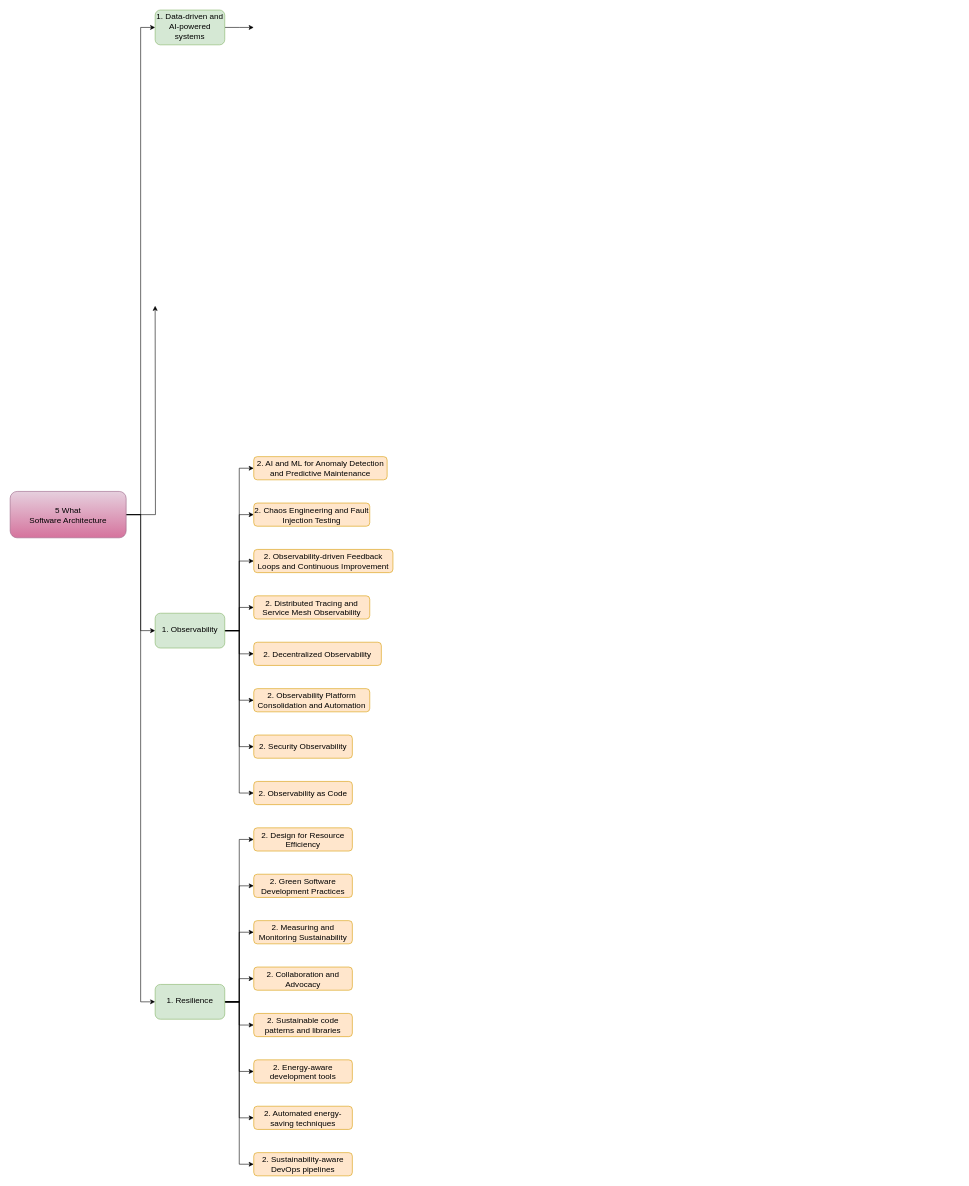
The draw.io diagram page "T6-1. Sustainability" (1 of 7) of FiveWhatSoftwareArch.drawio in Gaur4vGaur/probable-octo, before the edit. Source tidied: cells renumbered, new cells numbered last; positions are measured from the earlier drawing's top-left corner, leaving out a move shared by most shapes. Both pictures are drawn from the tidied source at 58%, with x=0, y=0 at pixel (10, 10).
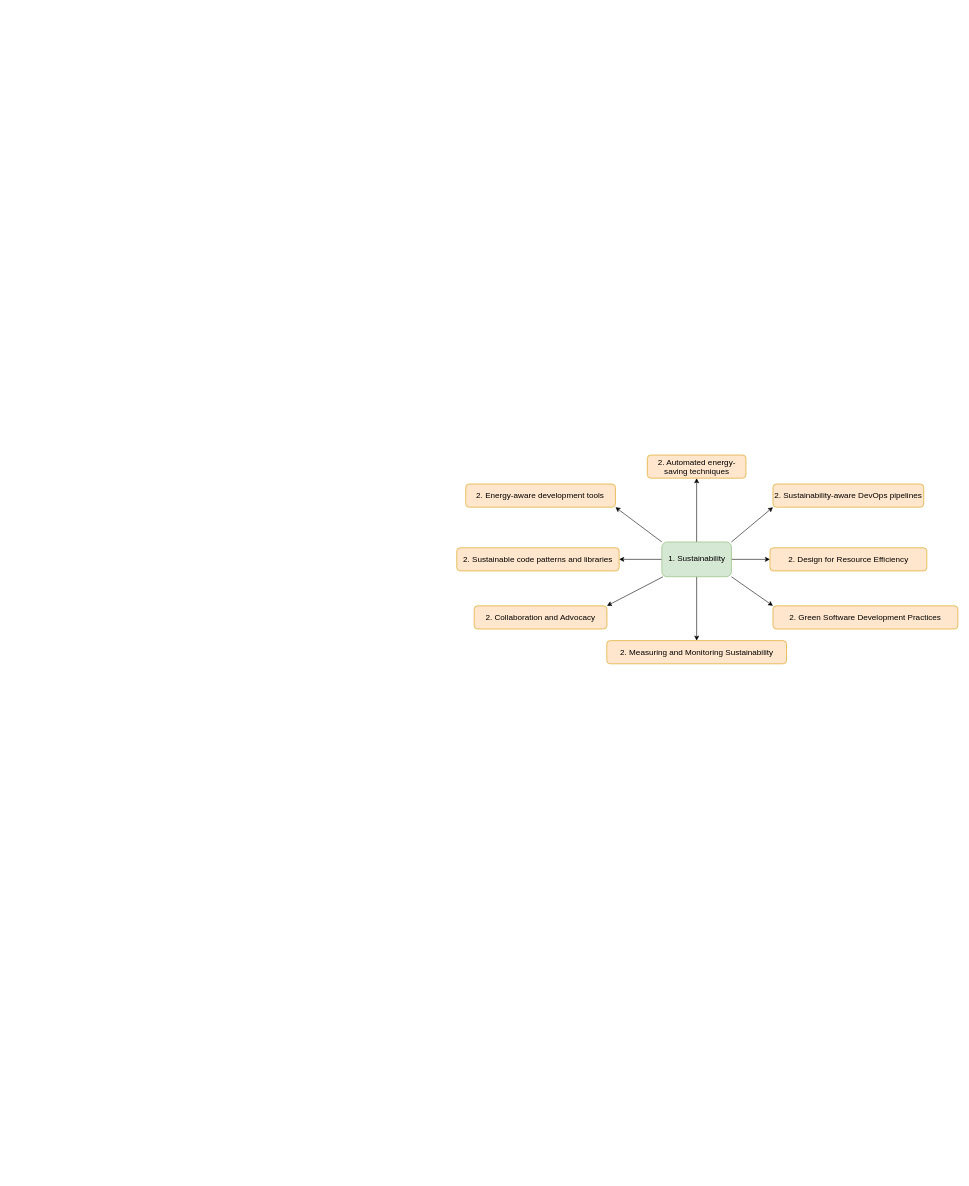
The same page after the edit.

The edit, as a diff of the source:
```diff
@@
-    <mxCell id="2" style="edgeStyle=orthogonalEdgeStyle;rounded=0;jettySize=auto;html=1;entryX=0;entryY=0.5;entryDx=0;entryDy=0;" parent="1" edge="1" source="6" target="8">
-      <mxGeometry relative="1" as="geometry" />
-    </mxCell>
-    <mxCell id="3" style="edgeStyle=orthogonalEdgeStyle;rounded=0;jettySize=auto;html=1;entryX=0;entryY=0.5;entryDx=0;entryDy=0;" parent="1" edge="1" source="6">
-      <mxGeometry relative="1" as="geometry">
-        <mxPoint x="250" y="509.8" as="targetPoint" />
-      </mxGeometry>
-    </mxCell>
-    <mxCell id="4" style="edgeStyle=orthogonalEdgeStyle;rounded=0;jettySize=auto;html=1;entryX=0;entryY=0.5;entryDx=0;entryDy=0;" parent="1" edge="1" source="6" target="17">
-      <mxGeometry relative="1" as="geometry" />
-    </mxCell>
-    <mxCell id="5" style="edgeStyle=orthogonalEdgeStyle;rounded=0;jettySize=auto;html=1;entryX=0;entryY=0.5;entryDx=0;entryDy=0;" parent="1" edge="1" source="6" target="34">
-      <mxGeometry relative="1" as="geometry" />
-    </mxCell>
-    <mxCell id="6" value="5 What&lt;br&gt;Software Architecture" style="rounded=1;whiteSpace=wrap;html=1;fontSize=14;fillColor=#e6d0de;strokeColor=#996185;gradientColor=#d5739d;" parent="1" vertex="1">
-      <mxGeometry y="829.8" width="200" height="80" as="geometry" />
-    </mxCell>
-    <mxCell id="7" style="edgeStyle=orthogonalEdgeStyle;shape=connector;rounded=0;jettySize=auto;html=1;labelBackgroundColor=default;strokeColor=default;align=center;verticalAlign=middle;fontFamily=Helvetica;fontSize=11;fontColor=default;endArrow=classic;orthogonal=1;" parent="1" edge="1" source="8">
-      <mxGeometry relative="1" as="geometry">
-        <mxPoint x="420" y="29.8" as="targetPoint" />
-      </mxGeometry>
-    </mxCell>
-    <mxCell id="8" value="1.&amp;nbsp;&lt;span style=&quot;background-color: initial;&quot;&gt;Data-driven and AI-powered systems&lt;br&gt;&lt;/span&gt;&lt;ul style=&quot;--tw-border-spacing-x: 0; --tw-border-spacing-y: 0; --tw-translate-x: 0; --tw-translate-y: 0; --tw-rotate: 0; --tw-skew-x: 0; --tw-skew-y: 0; --tw-scale-x: 1; --tw-scale-y: 1; --tw-pan-x: ; --tw-pan-y: ; --tw-pinch-zoom: ; --tw-scroll-snap-strictness: proximity; --tw-ordinal: ; --tw-slashed-zero: ; --tw-numeric-figure: ; --tw-numeric-spacing: ; --tw-numeric-fraction: ; --tw-ring-inset: ; --tw-ring-offset-width: 0px; --tw-ring-offset-color: #fff; --tw-ring-color: rgb(59 130 246 / .5); --tw-ring-offset-shadow: 0 0 #0000; --tw-ring-shadow: 0 0 #0000; --tw-shadow: 0 0 #0000; --tw-shadow-colored: 0 0 #0000; --tw-blur: ; --tw-brightness: ; --tw-contrast: ; --tw-grayscale: ; --tw-hue-rotate: ; --tw-invert: ; --tw-saturate: ; --tw-sepia: ; --tw-drop-shadow: ; --tw-backdrop-blur: ; --tw-backdrop-brightness: ; --tw-backdrop-contrast: ; --tw-backdrop-grayscale: ; --tw-backdrop-hue-rotate: ; --tw-backdrop-invert: ; --tw-backdrop-opacity: ; --tw-backdrop-saturate: ; --tw-backdrop-sepia: ; margin: 4px 0px; padding-inline-start: 36px;&quot;&gt;&lt;span style=&quot;--tw-border-spacing-x: 0; --tw-border-spacing-y: 0; --tw-translate-x: 0; --tw-translate-y: 0; --tw-rotate: 0; --tw-skew-x: 0; --tw-skew-y: 0; --tw-scale-x: 1; --tw-scale-y: 1; --tw-pan-x: ; --tw-pan-y: ; --tw-pinch-zoom: ; --tw-scroll-snap-strictness: proximity; --tw-ordinal: ; --tw-slashed-zero: ; --tw-numeric-figure: ; --tw-numeric-spacing: ; --tw-numeric-fraction: ; --tw-ring-inset: ; --tw-ring-offset-width: 0px; --tw-ring-offset-color: #fff; --tw-ring-color: rgb(59 130 246 / .5); --tw-ring-offset-shadow: 0 0 #0000; --tw-ring-shadow: 0 0 #0000; --tw-shadow: 0 0 #0000; --tw-shadow-colored: 0 0 #0000; --tw-blur: ; --tw-brightness: ; --tw-contrast: ; --tw-grayscale: ; --tw-hue-rotate: ; --tw-invert: ; --tw-saturate: ; --tw-sepia: ; --tw-drop-shadow: ; --tw-backdrop-blur: ; --tw-backdrop-brightness: ; --tw-backdrop-contrast: ; --tw-backdrop-grayscale: ; --tw-backdrop-hue-rotate: ; --tw-backdrop-invert: ; --tw-backdrop-opacity: ; --tw-backdrop-saturate: ; --tw-backdrop-sepia: ; color: rgb(227, 227, 227); font-family: &amp;quot;Google Sans&amp;quot;, &amp;quot;Helvetica Neue&amp;quot;, sans-serif; font-size: 16px; text-align: start; background-color: rgb(19, 19, 20);&quot;&gt;&lt;/span&gt;&lt;/ul&gt;" style="rounded=1;whiteSpace=wrap;html=1;fontSize=14;fillColor=#d5e8d4;strokeColor=#82b366;" parent="1" vertex="1">
-      <mxGeometry x="250" y="-0.2" width="120" height="60" as="geometry" />
-    </mxCell>
-    <mxCell id="9" style="edgeStyle=orthogonalEdgeStyle;rounded=0;jettySize=auto;html=1;entryX=0;entryY=0.5;entryDx=0;entryDy=0;" parent="1" edge="1" source="17" target="18">
-      <mxGeometry relative="1" as="geometry" />
-    </mxCell>
-    <mxCell id="10" style="edgeStyle=orthogonalEdgeStyle;rounded=0;jettySize=auto;html=1;entryX=0;entryY=0.5;entryDx=0;entryDy=0;" parent="1" edge="1" source="17" target="19">
-      <mxGeometry relative="1" as="geometry" />
-    </mxCell>
-    <mxCell id="11" style="edgeStyle=orthogonalEdgeStyle;rounded=0;jettySize=auto;html=1;entryX=0;entryY=0.5;entryDx=0;entryDy=0;" parent="1" edge="1" source="17" target="22">
-      <mxGeometry relative="1" as="geometry" />
-    </mxCell>
-    <mxCell id="12" style="edgeStyle=orthogonalEdgeStyle;rounded=0;jettySize=auto;html=1;entryX=0;entryY=0.5;entryDx=0;entryDy=0;" parent="1" edge="1" source="17" target="20">
-      <mxGeometry relative="1" as="geometry" />
-    </mxCell>
-    <mxCell id="13" style="edgeStyle=orthogonalEdgeStyle;rounded=0;jettySize=auto;html=1;entryX=0;entryY=0.5;entryDx=0;entryDy=0;" parent="1" edge="1" source="17" target="23">
-      <mxGeometry relative="1" as="geometry" />
-    </mxCell>
-    <mxCell id="14" style="edgeStyle=orthogonalEdgeStyle;rounded=0;jettySize=auto;html=1;entryX=0;entryY=0.5;entryDx=0;entryDy=0;" parent="1" edge="1" source="17" target="21">
-      <mxGeometry relative="1" as="geometry" />
-    </mxCell>
-    <mxCell id="15" style="edgeStyle=orthogonalEdgeStyle;rounded=0;jettySize=auto;html=1;entryX=0;entryY=0.5;entryDx=0;entryDy=0;" parent="1" edge="1" source="17" target="24">
-      <mxGeometry relative="1" as="geometry" />
-    </mxCell>
-    <mxCell id="16" style="edgeStyle=orthogonalEdgeStyle;rounded=0;jettySize=auto;html=1;entryX=0;entryY=0.5;entryDx=0;entryDy=0;" parent="1" edge="1" source="17" target="25">
-      <mxGeometry relative="1" as="geometry" />
-    </mxCell>
-    <mxCell id="17" value="1.&amp;nbsp;Observability&lt;span style=&quot;background-color: initial;&quot;&gt;&lt;br&gt;&lt;/span&gt;&lt;ul style=&quot;--tw-border-spacing-x: 0; --tw-border-spacing-y: 0; --tw-translate-x: 0; --tw-translate-y: 0; --tw-rotate: 0; --tw-skew-x: 0; --tw-skew-y: 0; --tw-scale-x: 1; --tw-scale-y: 1; --tw-pan-x: ; --tw-pan-y: ; --tw-pinch-zoom: ; --tw-scroll-snap-strictness: proximity; --tw-ordinal: ; --tw-slashed-zero: ; --tw-numeric-figure: ; --tw-numeric-spacing: ; --tw-numeric-fraction: ; --tw-ring-inset: ; --tw-ring-offset-width: 0px; --tw-ring-offset-color: #fff; --tw-ring-color: rgb(59 130 246 / .5); --tw-ring-offset-shadow: 0 0 #0000; --tw-ring-shadow: 0 0 #0000; --tw-shadow: 0 0 #0000; --tw-shadow-colored: 0 0 #0000; --tw-blur: ; --tw-brightness: ; --tw-contrast: ; --tw-grayscale: ; --tw-hue-rotate: ; --tw-invert: ; --tw-saturate: ; --tw-sepia: ; --tw-drop-shadow: ; --tw-backdrop-blur: ; --tw-backdrop-brightness: ; --tw-backdrop-contrast: ; --tw-backdrop-grayscale: ; --tw-backdrop-hue-rotate: ; --tw-backdrop-invert: ; --tw-backdrop-opacity: ; --tw-backdrop-saturate: ; --tw-backdrop-sepia: ; margin: 4px 0px; padding-inline-start: 36px;&quot;&gt;&lt;span style=&quot;--tw-border-spacing-x: 0; --tw-border-spacing-y: 0; --tw-translate-x: 0; --tw-translate-y: 0; --tw-rotate: 0; --tw-skew-x: 0; --tw-skew-y: 0; --tw-scale-x: 1; --tw-scale-y: 1; --tw-pan-x: ; --tw-pan-y: ; --tw-pinch-zoom: ; --tw-scroll-snap-strictness: proximity; --tw-ordinal: ; --tw-slashed-zero: ; --tw-numeric-figure: ; --tw-numeric-spacing: ; --tw-numeric-fraction: ; --tw-ring-inset: ; --tw-ring-offset-width: 0px; --tw-ring-offset-color: #fff; --tw-ring-color: rgb(59 130 246 / .5); --tw-ring-offset-shadow: 0 0 #0000; --tw-ring-shadow: 0 0 #0000; --tw-shadow: 0 0 #0000; --tw-shadow-colored: 0 0 #0000; --tw-blur: ; --tw-brightness: ; --tw-contrast: ; --tw-grayscale: ; --tw-hue-rotate: ; --tw-invert: ; --tw-saturate: ; --tw-sepia: ; --tw-drop-shadow: ; --tw-backdrop-blur: ; --tw-backdrop-brightness: ; --tw-backdrop-contrast: ; --tw-backdrop-grayscale: ; --tw-backdrop-hue-rotate: ; --tw-backdrop-invert: ; --tw-backdrop-opacity: ; --tw-backdrop-saturate: ; --tw-backdrop-sepia: ; color: rgb(227, 227, 227); font-family: &amp;quot;Google Sans&amp;quot;, &amp;quot;Helvetica Neue&amp;quot;, sans-serif; font-size: 16px; text-align: start; background-color: rgb(19, 19, 20);&quot;&gt;&lt;/span&gt;&lt;/ul&gt;" style="rounded=1;whiteSpace=wrap;html=1;fontSize=14;fillColor=#d5e8d4;strokeColor=#82b366;" parent="1" vertex="1">
-      <mxGeometry x="250" y="1039.8" width="120" height="60" as="geometry" />
-    </mxCell>
-    <mxCell id="18" value="2. AI and ML for Anomaly Detection and Predictive Maintenance" style="rounded=1;whiteSpace=wrap;html=1;fontSize=14;fillColor=#ffe6cc;strokeColor=#d79b00;" parent="1" vertex="1">
-      <mxGeometry x="420" y="769.8" width="230" height="40" as="geometry" />
-    </mxCell>
-    <mxCell id="19" value="2. Chaos Engineering and Fault Injection Testing" style="rounded=1;whiteSpace=wrap;html=1;fontSize=14;fillColor=#ffe6cc;strokeColor=#d79b00;" parent="1" vertex="1">
-      <mxGeometry x="420" y="849.8" width="200" height="40" as="geometry" />
-    </mxCell>
-    <mxCell id="20" value="2. Distributed Tracing and Service Mesh Observability" style="rounded=1;whiteSpace=wrap;html=1;fontSize=14;fillColor=#ffe6cc;strokeColor=#d79b00;" parent="1" vertex="1">
-      <mxGeometry x="420" y="1009.8" width="200" height="40" as="geometry" />
-    </mxCell>
-    <mxCell id="21" value="2. Observability Platform Consolidation and Automation" style="rounded=1;whiteSpace=wrap;html=1;fontSize=14;fillColor=#ffe6cc;strokeColor=#d79b00;" parent="1" vertex="1">
-      <mxGeometry x="420" y="1169.8" width="200" height="40" as="geometry" />
-    </mxCell>
-    <mxCell id="22" value="2. Observability-driven Feedback Loops and Continuous Improvement" style="rounded=1;whiteSpace=wrap;html=1;fontSize=14;fillColor=#ffe6cc;strokeColor=#d79b00;" parent="1" vertex="1">
-      <mxGeometry x="420" y="929.8" width="240" height="40" as="geometry" />
-    </mxCell>
-    <mxCell id="23" value="2. Decentralized Observability" style="rounded=1;whiteSpace=wrap;html=1;fontSize=14;fillColor=#ffe6cc;strokeColor=#d79b00;" parent="1" vertex="1">
-      <mxGeometry x="420" y="1089.8" width="220" height="40" as="geometry" />
-    </mxCell>
-    <mxCell id="24" value="2. Security Observability" style="rounded=1;whiteSpace=wrap;html=1;fontSize=14;fillColor=#ffe6cc;strokeColor=#d79b00;" parent="1" vertex="1">
-      <mxGeometry x="420" y="1249.8" width="170" height="40" as="geometry" />
-    </mxCell>
-    <mxCell id="25" value="2. Observability as Code" style="rounded=1;whiteSpace=wrap;html=1;fontSize=14;fillColor=#ffe6cc;strokeColor=#d79b00;" parent="1" vertex="1">
-      <mxGeometry x="420" y="1329.8" width="170" height="40" as="geometry" />
-    </mxCell>
-    <mxCell id="26" style="edgeStyle=orthogonalEdgeStyle;rounded=0;jettySize=auto;html=1;entryX=0;entryY=0.5;entryDx=0;entryDy=0;" parent="1" edge="1" source="34" target="35">
-      <mxGeometry relative="1" as="geometry" />
-    </mxCell>
-    <mxCell id="27" style="edgeStyle=orthogonalEdgeStyle;rounded=0;jettySize=auto;html=1;entryX=0;entryY=0.5;entryDx=0;entryDy=0;" parent="1" edge="1" source="34" target="36">
-      <mxGeometry relative="1" as="geometry" />
-    </mxCell>
-    <mxCell id="28" style="edgeStyle=orthogonalEdgeStyle;rounded=0;jettySize=auto;html=1;entryX=0;entryY=0.5;entryDx=0;entryDy=0;" parent="1" edge="1" source="34" target="37">
-      <mxGeometry relative="1" as="geometry" />
-    </mxCell>
-    <mxCell id="29" style="edgeStyle=orthogonalEdgeStyle;rounded=0;jettySize=auto;html=1;entryX=0;entryY=0.5;entryDx=0;entryDy=0;" parent="1" edge="1" source="34" target="38">
-      <mxGeometry relative="1" as="geometry" />
-    </mxCell>
-    <mxCell id="30" style="edgeStyle=orthogonalEdgeStyle;rounded=0;jettySize=auto;html=1;" parent="1" edge="1" source="34" target="39">
-      <mxGeometry relative="1" as="geometry" />
-    </mxCell>
-    <mxCell id="31" style="edgeStyle=orthogonalEdgeStyle;rounded=0;jettySize=auto;html=1;entryX=0;entryY=0.5;entryDx=0;entryDy=0;" parent="1" edge="1" source="34" target="40">
-      <mxGeometry relative="1" as="geometry" />
-    </mxCell>
-    <mxCell id="32" style="edgeStyle=orthogonalEdgeStyle;rounded=0;jettySize=auto;html=1;entryX=0;entryY=0.5;entryDx=0;entryDy=0;" parent="1" edge="1" source="34" target="41">
-      <mxGeometry relative="1" as="geometry" />
-    </mxCell>
-    <mxCell id="33" style="edgeStyle=orthogonalEdgeStyle;rounded=0;jettySize=auto;html=1;entryX=0;entryY=0.5;entryDx=0;entryDy=0;" parent="1" edge="1" source="34" target="42">
-      <mxGeometry relative="1" as="geometry" />
-    </mxCell>
-    <mxCell id="34" value="1. Resilience&lt;span style=&quot;background-color: initial;&quot;&gt;&lt;br&gt;&lt;/span&gt;&lt;ul style=&quot;--tw-border-spacing-x: 0; --tw-border-spacing-y: 0; --tw-translate-x: 0; --tw-translate-y: 0; --tw-rotate: 0; --tw-skew-x: 0; --tw-skew-y: 0; --tw-scale-x: 1; --tw-scale-y: 1; --tw-pan-x: ; --tw-pan-y: ; --tw-pinch-zoom: ; --tw-scroll-snap-strictness: proximity; --tw-ordinal: ; --tw-slashed-zero: ; --tw-numeric-figure: ; --tw-numeric-spacing: ; --tw-numeric-fraction: ; --tw-ring-inset: ; --tw-ring-offset-width: 0px; --tw-ring-offset-color: #fff; --tw-ring-color: rgb(59 130 246 / .5); --tw-ring-offset-shadow: 0 0 #0000; --tw-ring-shadow: 0 0 #0000; --tw-shadow: 0 0 #0000; --tw-shadow-colored: 0 0 #0000; --tw-blur: ; --tw-brightness: ; --tw-contrast: ; --tw-grayscale: ; --tw-hue-rotate: ; --tw-invert: ; --tw-saturate: ; --tw-sepia: ; --tw-drop-shadow: ; --tw-backdrop-blur: ; --tw-backdrop-brightness: ; --tw-backdrop-contrast: ; --tw-backdrop-grayscale: ; --tw-backdrop-hue-rotate: ; --tw-backdrop-invert: ; --tw-backdrop-opacity: ; --tw-backdrop-saturate: ; --tw-backdrop-sepia: ; margin: 4px 0px; padding-inline-start: 36px;&quot;&gt;&lt;span style=&quot;--tw-border-spacing-x: 0; --tw-border-spacing-y: 0; --tw-translate-x: 0; --tw-translate-y: 0; --tw-rotate: 0; --tw-skew-x: 0; --tw-skew-y: 0; --tw-scale-x: 1; --tw-scale-y: 1; --tw-pan-x: ; --tw-pan-y: ; --tw-pinch-zoom: ; --tw-scroll-snap-strictness: proximity; --tw-ordinal: ; --tw-slashed-zero: ; --tw-numeric-figure: ; --tw-numeric-spacing: ; --tw-numeric-fraction: ; --tw-ring-inset: ; --tw-ring-offset-width: 0px; --tw-ring-offset-color: #fff; --tw-ring-color: rgb(59 130 246 / .5); --tw-ring-offset-shadow: 0 0 #0000; --tw-ring-shadow: 0 0 #0000; --tw-shadow: 0 0 #0000; --tw-shadow-colored: 0 0 #0000; --tw-blur: ; --tw-brightness: ; --tw-contrast: ; --tw-grayscale: ; --tw-hue-rotate: ; --tw-invert: ; --tw-saturate: ; --tw-sepia: ; --tw-drop-shadow: ; --tw-backdrop-blur: ; --tw-backdrop-brightness: ; --tw-backdrop-contrast: ; --tw-backdrop-grayscale: ; --tw-backdrop-hue-rotate: ; --tw-backdrop-invert: ; --tw-backdrop-opacity: ; --tw-backdrop-saturate: ; --tw-backdrop-sepia: ; color: rgb(227, 227, 227); font-family: &amp;quot;Google Sans&amp;quot;, &amp;quot;Helvetica Neue&amp;quot;, sans-serif; font-size: 16px; text-align: start; background-color: rgb(19, 19, 20);&quot;&gt;&lt;/span&gt;&lt;/ul&gt;" style="rounded=1;whiteSpace=wrap;html=1;fontSize=14;fillColor=#d5e8d4;strokeColor=#82b366;" parent="1" vertex="1">
-      <mxGeometry x="250" y="1679.8" width="120" height="60" as="geometry" />
-    </mxCell>
+    <mxCell id="43" style="rounded=0;jettySize=auto;html=1;entryX=0;entryY=0.5;entryDx=0;entryDy=0;" parent="1" edge="1" source="51" target="35">
+      <mxGeometry relative="1" as="geometry" />
+    </mxCell>
+    <mxCell id="44" style="rounded=0;jettySize=auto;html=1;entryX=0;entryY=0;entryDx=0;entryDy=0;exitX=1;exitY=1;exitDx=0;exitDy=0;" parent="1" edge="1" source="51" target="36">
+      <mxGeometry relative="1" as="geometry" />
+    </mxCell>
+    <mxCell id="45" style="rounded=0;jettySize=auto;html=1;entryX=1;entryY=0;entryDx=0;entryDy=0;" parent="1" edge="1" source="51" target="38">
+      <mxGeometry relative="1" as="geometry" />
+    </mxCell>
+    <mxCell id="46" style="rounded=0;jettySize=auto;html=1;" parent="1" edge="1" source="51" target="39">
+      <mxGeometry relative="1" as="geometry" />
+    </mxCell>
+    <mxCell id="47" style="rounded=0;jettySize=auto;html=1;exitX=0;exitY=0;exitDx=0;exitDy=0;entryX=1;entryY=1;entryDx=0;entryDy=0;" parent="1" edge="1" source="51" target="40">
+      <mxGeometry relative="1" as="geometry" />
+    </mxCell>
+    <mxCell id="48" style="rounded=0;jettySize=auto;html=1;entryX=0;entryY=1;entryDx=0;entryDy=0;exitX=1;exitY=0;exitDx=0;exitDy=0;" parent="1" edge="1" source="51" target="42">
+      <mxGeometry relative="1" as="geometry" />
+    </mxCell>
+    <mxCell id="49" style="edgeStyle=none;shape=connector;rounded=0;jettySize=auto;html=1;entryX=0.5;entryY=1;entryDx=0;entryDy=0;labelBackgroundColor=default;strokeColor=default;align=center;verticalAlign=middle;fontFamily=Helvetica;fontSize=11;fontColor=default;endArrow=classic;" parent="1" edge="1" source="51" target="41">
+      <mxGeometry relative="1" as="geometry" />
+    </mxCell>
+    <mxCell id="50" style="edgeStyle=none;shape=connector;rounded=0;jettySize=auto;html=1;entryX=0.5;entryY=0;entryDx=0;entryDy=0;labelBackgroundColor=default;strokeColor=default;align=center;verticalAlign=middle;fontFamily=Helvetica;fontSize=11;fontColor=default;endArrow=classic;" parent="1" edge="1" source="51" target="37">
+      <mxGeometry relative="1" as="geometry" />
+    </mxCell>
+    <mxCell id="51" value="1. Sustainability&lt;span style=&quot;background-color: initial;&quot;&gt;&lt;br&gt;&lt;/span&gt;&lt;ul style=&quot;--tw-border-spacing-x: 0; --tw-border-spacing-y: 0; --tw-translate-x: 0; --tw-translate-y: 0; --tw-rotate: 0; --tw-skew-x: 0; --tw-skew-y: 0; --tw-scale-x: 1; --tw-scale-y: 1; --tw-pan-x: ; --tw-pan-y: ; --tw-pinch-zoom: ; --tw-scroll-snap-strictness: proximity; --tw-ordinal: ; --tw-slashed-zero: ; --tw-numeric-figure: ; --tw-numeric-spacing: ; --tw-numeric-fraction: ; --tw-ring-inset: ; --tw-ring-offset-width: 0px; --tw-ring-offset-color: #fff; --tw-ring-color: rgb(59 130 246 / .5); --tw-ring-offset-shadow: 0 0 #0000; --tw-ring-shadow: 0 0 #0000; --tw-shadow: 0 0 #0000; --tw-shadow-colored: 0 0 #0000; --tw-blur: ; --tw-brightness: ; --tw-contrast: ; --tw-grayscale: ; --tw-hue-rotate: ; --tw-invert: ; --tw-saturate: ; --tw-sepia: ; --tw-drop-shadow: ; --tw-backdrop-blur: ; --tw-backdrop-brightness: ; --tw-backdrop-contrast: ; --tw-backdrop-grayscale: ; --tw-backdrop-hue-rotate: ; --tw-backdrop-invert: ; --tw-backdrop-opacity: ; --tw-backdrop-saturate: ; --tw-backdrop-sepia: ; margin: 4px 0px; padding-inline-start: 36px;&quot;&gt;&lt;span style=&quot;--tw-border-spacing-x: 0; --tw-border-spacing-y: 0; --tw-translate-x: 0; --tw-translate-y: 0; --tw-rotate: 0; --tw-skew-x: 0; --tw-skew-y: 0; --tw-scale-x: 1; --tw-scale-y: 1; --tw-pan-x: ; --tw-pan-y: ; --tw-pinch-zoom: ; --tw-scroll-snap-strictness: proximity; --tw-ordinal: ; --tw-slashed-zero: ; --tw-numeric-figure: ; --tw-numeric-spacing: ; --tw-numeric-fraction: ; --tw-ring-inset: ; --tw-ring-offset-width: 0px; --tw-ring-offset-color: #fff; --tw-ring-color: rgb(59 130 246 / .5); --tw-ring-offset-shadow: 0 0 #0000; --tw-ring-shadow: 0 0 #0000; --tw-shadow: 0 0 #0000; --tw-shadow-colored: 0 0 #0000; --tw-blur: ; --tw-brightness: ; --tw-contrast: ; --tw-grayscale: ; --tw-hue-rotate: ; --tw-invert: ; --tw-saturate: ; --tw-sepia: ; --tw-drop-shadow: ; --tw-backdrop-blur: ; --tw-backdrop-brightness: ; --tw-backdrop-contrast: ; --tw-backdrop-grayscale: ; --tw-backdrop-hue-rotate: ; --tw-backdrop-invert: ; --tw-backdrop-opacity: ; --tw-backdrop-saturate: ; --tw-backdrop-sepia: ; color: rgb(227, 227, 227); font-family: &amp;quot;Google Sans&amp;quot;, &amp;quot;Helvetica Neue&amp;quot;, sans-serif; font-size: 16px; text-align: start; background-color: rgb(19, 19, 20);&quot;&gt;&lt;/span&gt;&lt;/ul&gt;" style="rounded=1;whiteSpace=wrap;html=1;fontSize=14;fillColor=#d5e8d4;strokeColor=#82b366;" parent="1" vertex="1">
+      <mxGeometry x="1123.6" y="916.9" width="120" height="60" as="geometry" />
+    </mxCell>
     <mxCell id="35" value="2. Design for Resource Efficiency" style="rounded=1;whiteSpace=wrap;html=1;fontSize=14;fillColor=#ffe6cc;strokeColor=#d79b00;" parent="1" vertex="1">
-      <mxGeometry x="420" y="1409.8" width="170" height="40" as="geometry" />
+      <mxGeometry x="1310" y="926.9" width="270.5" height="40" as="geometry" />
     </mxCell>
     <mxCell id="36" value="2. Green Software Development Practices" style="rounded=1;whiteSpace=wrap;html=1;fontSize=14;fillColor=#ffe6cc;strokeColor=#d79b00;" parent="1" vertex="1">
-      <mxGeometry x="420" y="1489.8" width="170" height="40" as="geometry" />
+      <mxGeometry x="1315.2" y="1027" width="318.9" height="40" as="geometry" />
     </mxCell>
     <mxCell id="37" value="2. Measuring and Monitoring Sustainability" style="rounded=1;whiteSpace=wrap;html=1;fontSize=14;fillColor=#ffe6cc;strokeColor=#d79b00;" parent="1" vertex="1">
-      <mxGeometry x="420" y="1569.8" width="170" height="40" as="geometry" />
+      <mxGeometry x="1028.7" y="1087" width="309.9" height="40" as="geometry" />
     </mxCell>
     <mxCell id="38" value="2. Collaboration and Advocacy" style="rounded=1;whiteSpace=wrap;html=1;fontSize=14;fillColor=#ffe6cc;strokeColor=#d79b00;" parent="1" vertex="1">
-      <mxGeometry x="420" y="1649.8" width="170" height="40" as="geometry" />
+      <mxGeometry x="800" y="1027" width="229" height="40" as="geometry" />
     </mxCell>
     <mxCell id="39" value="2. Sustainable code patterns and libraries" style="rounded=1;whiteSpace=wrap;html=1;fontSize=14;fillColor=#ffe6cc;strokeColor=#d79b00;" parent="1" vertex="1">
-      <mxGeometry x="420" y="1729.8" width="170" height="40" as="geometry" />
+      <mxGeometry x="770" y="926.9" width="280" height="40" as="geometry" />
     </mxCell>
     <mxCell id="40" value="2. Energy-aware development tools" style="rounded=1;whiteSpace=wrap;html=1;fontSize=14;fillColor=#ffe6cc;strokeColor=#d79b00;" parent="1" vertex="1">
-      <mxGeometry x="420" y="1809.8" width="170" height="40" as="geometry" />
+      <mxGeometry x="785.5" y="817" width="258.1" height="40" as="geometry" />
     </mxCell>
     <mxCell id="41" value="2. Automated energy-saving techniques" style="rounded=1;whiteSpace=wrap;html=1;fontSize=14;fillColor=#ffe6cc;strokeColor=#d79b00;" parent="1" vertex="1">
-      <mxGeometry x="420" y="1889.8" width="170" height="40" as="geometry" />
+      <mxGeometry x="1098.6" y="767" width="170" height="40" as="geometry" />
     </mxCell>
     <mxCell id="42" value="2. Sustainability-aware DevOps pipelines" style="rounded=1;whiteSpace=wrap;html=1;fontSize=14;fillColor=#ffe6cc;strokeColor=#d79b00;" parent="1" vertex="1">
-      <mxGeometry x="420" y="1969.8" width="170" height="40" as="geometry" />
+      <mxGeometry x="1315.2" y="817" width="260" height="40" as="geometry" />
     </mxCell>
```
